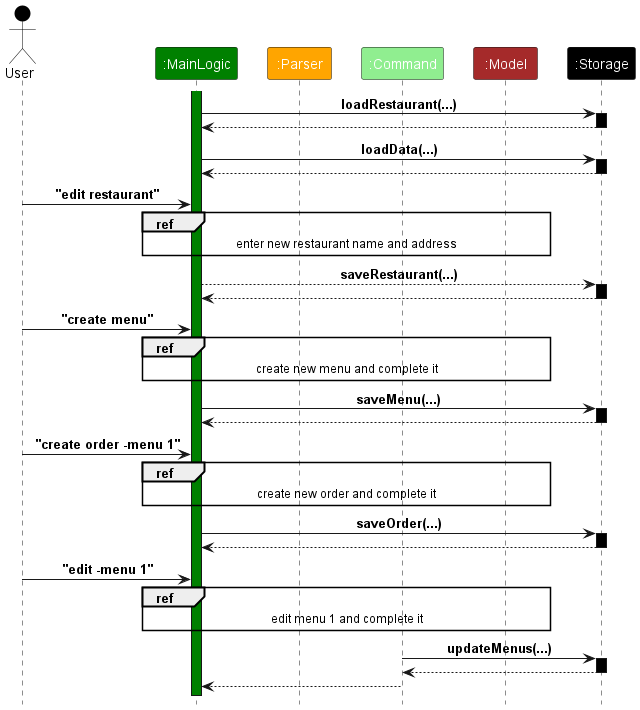
Above: docs/images/Storage.png in adamzzq/tp (PlantUML), before the change.
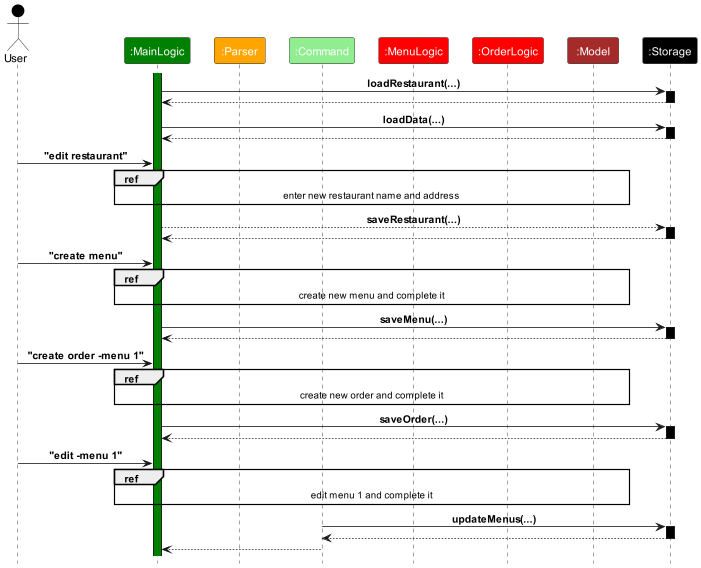
After the change.

Commit message:
Update Storage component in DG

The edit, as a diff of the source:
```diff
@@ -6,6 +6,8 @@
 Participant ":MainLogic" as mainLogic MAIN_LOGIC_COLOR
 Participant ":Parser" as parser PARSER_COLOR
 Participant ":Command" as command COMMAND_COLOR
+Participant ":MenuLogic" as menuLogic SUB_LOGIC_COLOR
+Participant ":OrderLogic" as orderLogic SUB_LOGIC_COLOR
 Participant ":Model" as model MODEL_COLOR
 Participant ":Storage" as storage STORAGE_COLOR
 
```
